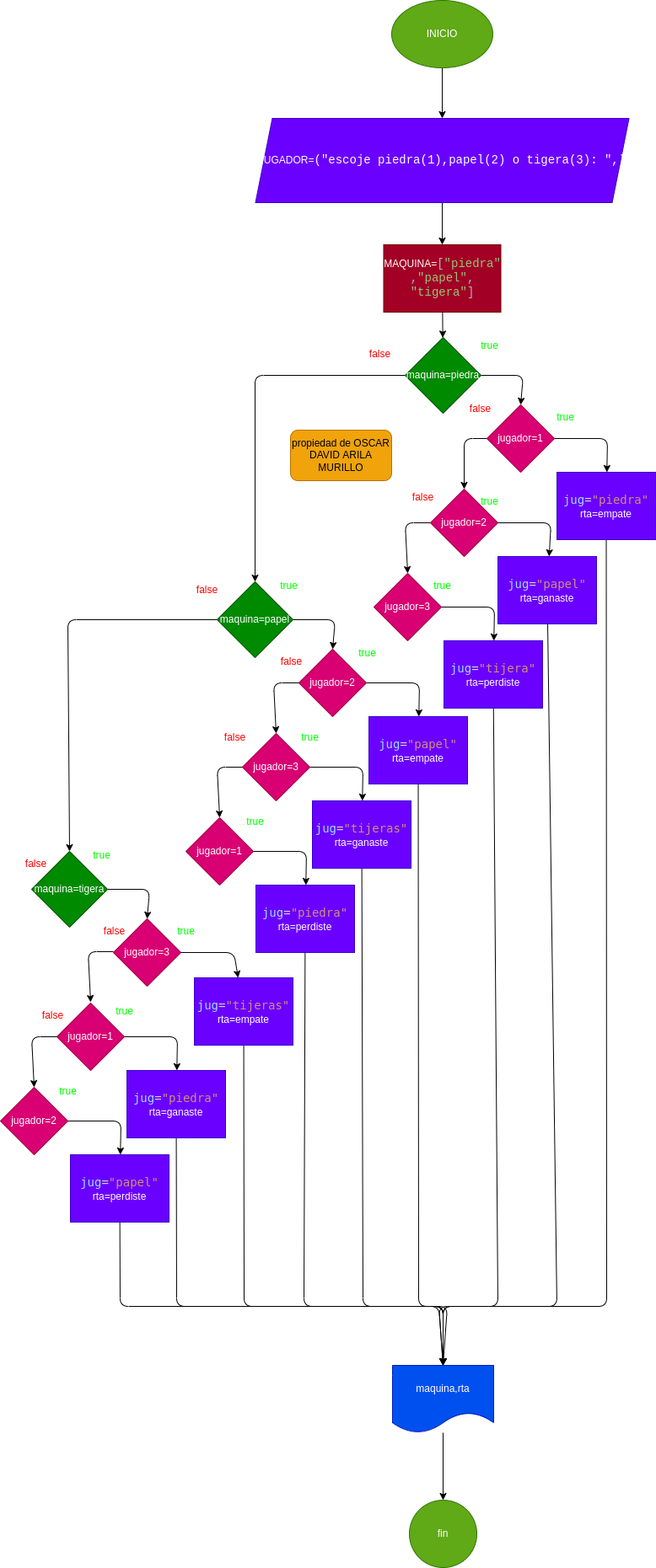
futbolero06/piedra_papel_tigera keeps this draw.io diagram as diagrama.png. Above is the earlier version. Source tidied: cells renumbered, new cells last; positions are measured from the earlier drawing's top-left corner, leaving out a move shared by most shapes.
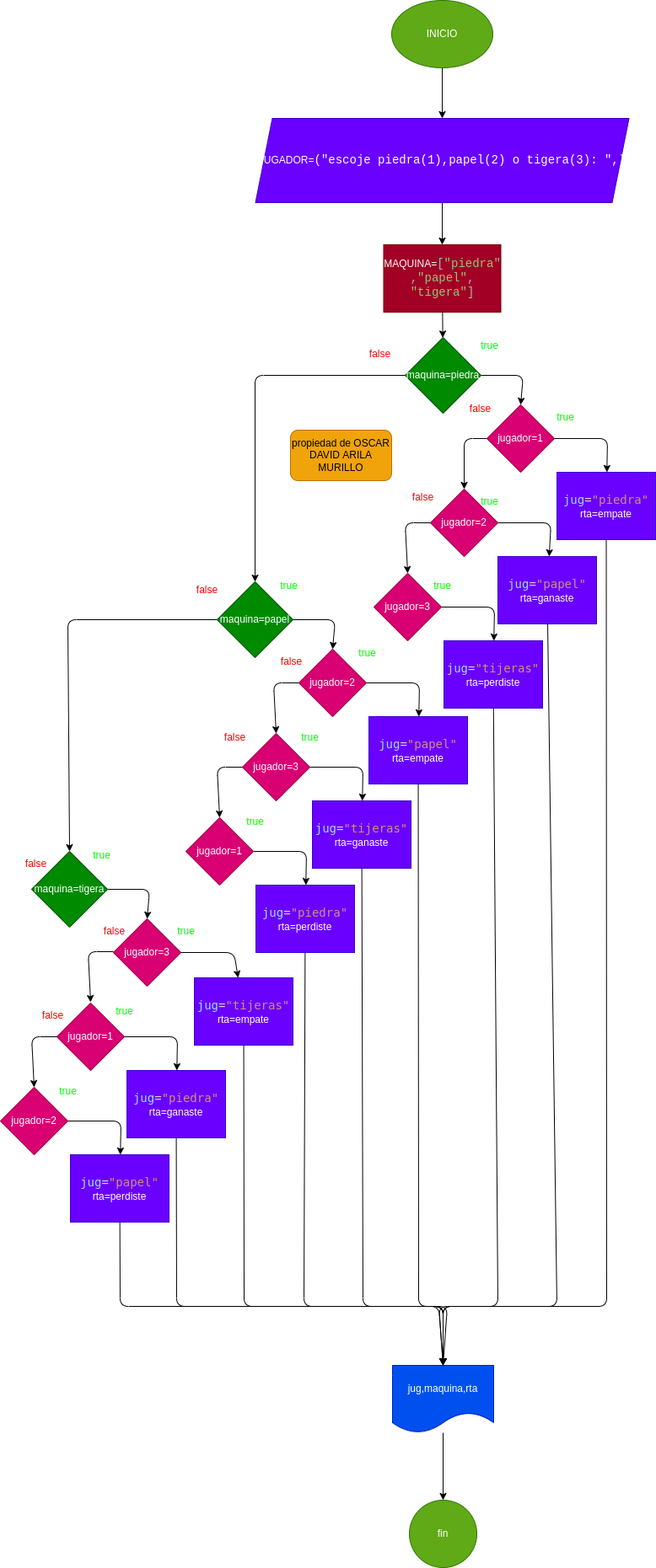
After the commit.

Commit message:
se modifico el diagrama y se agregó

The edit, as a diff of the source:
```diff
@@ -111,7 +111,7 @@
         </Array>
       </mxGeometry>
     </mxCell>
-    <mxCell id="24" value="&lt;div style=&quot;color: rgb(212, 212, 212); font-family: &amp;quot;Droid Sans Mono&amp;quot;, &amp;quot;monospace&amp;quot;, monospace; font-size: 14px; line-height: 19px;&quot;&gt;&lt;span style=&quot;color: rgb(156, 220, 254);&quot;&gt;jug&lt;/span&gt;=&lt;span style=&quot;color: rgb(206, 145, 120);&quot;&gt;&quot;tijera&quot;&lt;/span&gt;&lt;/div&gt;rta=perdiste&lt;br&gt;" style="whiteSpace=wrap;html=1;fillColor=#6a00ff;strokeColor=#3700CC;fontColor=#ffffff;" parent="1" vertex="1">
+    <mxCell id="24" value="&lt;div style=&quot;color: rgb(212, 212, 212); font-family: &amp;quot;Droid Sans Mono&amp;quot;, &amp;quot;monospace&amp;quot;, monospace; font-size: 14px; line-height: 19px;&quot;&gt;&lt;span style=&quot;color: rgb(156, 220, 254);&quot;&gt;jug&lt;/span&gt;=&lt;span style=&quot;color: rgb(206, 145, 120);&quot;&gt;&quot;tijeras&quot;&lt;/span&gt;&lt;/div&gt;rta=perdiste" style="whiteSpace=wrap;html=1;fillColor=#6a00ff;strokeColor=#3700CC;fontColor=#ffffff;" parent="1" vertex="1">
       <mxGeometry x="526" y="760" width="117" height="80" as="geometry" />
     </mxCell>
     <mxCell id="25" style="edgeStyle=none;html=1;entryX=0.5;entryY=0;entryDx=0;entryDy=0;" parent="1" edge="1" source="27" target="29">
@@ -369,7 +369,7 @@
     <mxCell id="79" style="edgeStyle=none;html=1;fontColor=#FFFFFF;" parent="1" edge="1" source="80" target="81">
       <mxGeometry relative="1" as="geometry" />
     </mxCell>
-    <mxCell id="80" value="maquina,rta" style="shape=document;whiteSpace=wrap;html=1;boundedLbl=1;labelBackgroundColor=none;fontColor=#ffffff;fillColor=#0050ef;strokeColor=#001DBC;" parent="1" vertex="1">
+    <mxCell id="80" value="jug,maquina,rta" style="shape=document;whiteSpace=wrap;html=1;boundedLbl=1;labelBackgroundColor=none;fontColor=#ffffff;fillColor=#0050ef;strokeColor=#001DBC;" parent="1" vertex="1">
       <mxGeometry x="465" y="1620" width="120" height="80" as="geometry" />
     </mxCell>
     <mxCell id="81" value="fin" style="ellipse;whiteSpace=wrap;html=1;fillColor=#60a917;strokeColor=#2D7600;fontColor=#ffffff;labelBackgroundColor=none;" parent="1" vertex="1">
```
